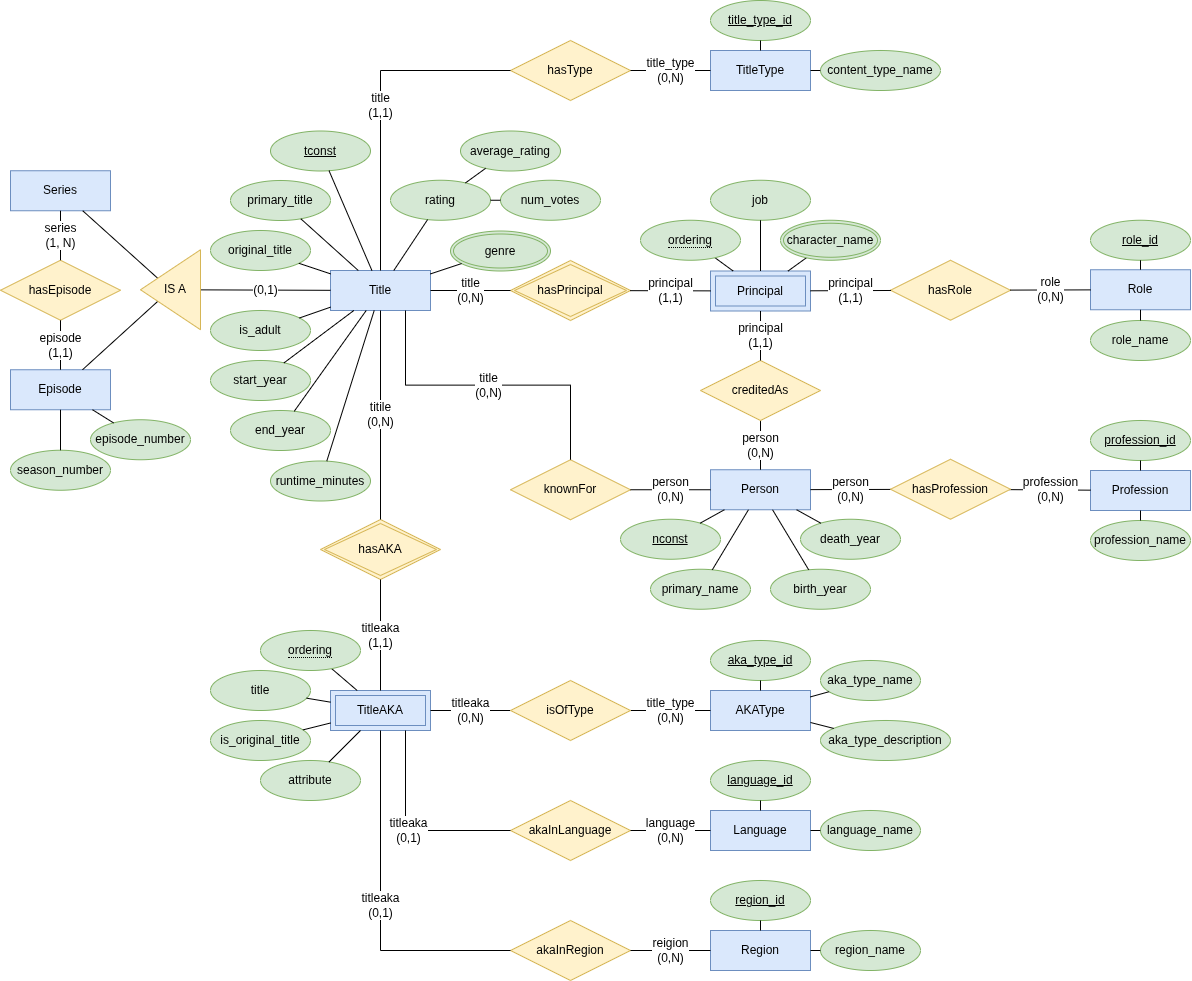
Above: docs/figs/ERD.png in duvuvu/info9014-krr-project (draw.io), before the change. Source tidied: cells renumbered, new cells last; positions are measured from the earlier drawing's top-left corner, leaving out a move shared by most shapes.
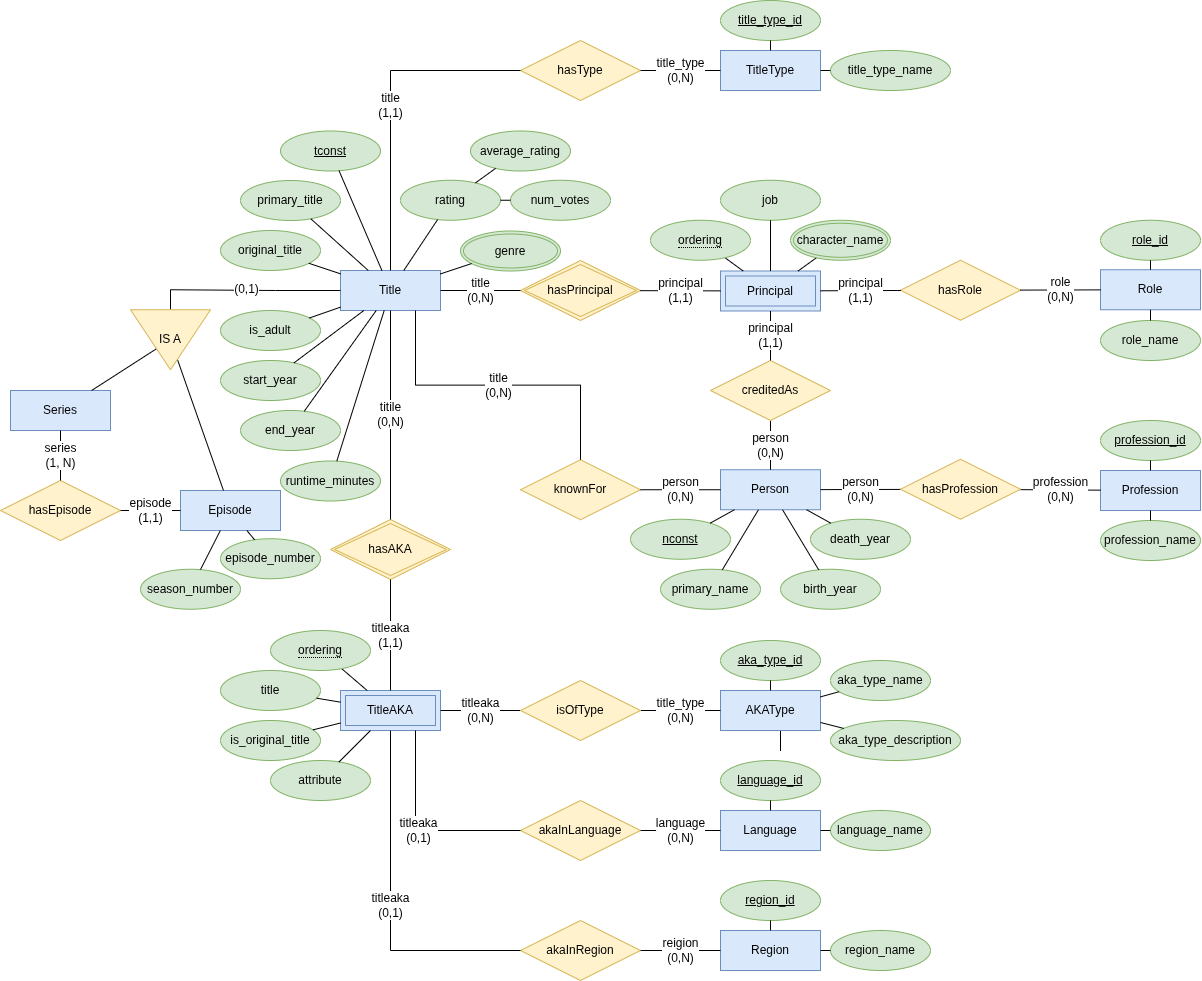
Later version of the same file.

Diff of the diagram source:
```diff
@@ -53,7 +53,7 @@
     <mxCell id="18" value="&lt;u&gt;title_type_id&lt;/u&gt;" style="ellipse;whiteSpace=wrap;html=1;align=center;fillColor=#d5e8d4;strokeColor=#82b366;rounded=0;" parent="1" vertex="1">
       <mxGeometry x="710" width="100" height="40" as="geometry" />
     </mxCell>
-    <mxCell id="19" value="content_type_name" style="ellipse;whiteSpace=wrap;html=1;align=center;fillColor=#d5e8d4;strokeColor=#82b366;rounded=0;" parent="1" vertex="1">
+    <mxCell id="19" value="title_type_name" style="ellipse;whiteSpace=wrap;html=1;align=center;fillColor=#d5e8d4;strokeColor=#82b366;rounded=0;" parent="1" vertex="1">
       <mxGeometry x="820" y="50" width="120" height="40" as="geometry" />
     </mxCell>
     <mxCell id="20" style="edgeStyle=none;curved=1;rounded=0;jettySize=auto;html=1;fontSize=12;startSize=8;endSize=8;startArrow=none;startFill=0;endArrow=none;" parent="1" edge="1" source="18" target="17">
@@ -72,25 +72,25 @@
       <mxGeometry relative="1" as="geometry" />
     </mxCell>
     <mxCell id="25" value="Series" style="whiteSpace=wrap;html=1;align=center;fillColor=#dae8fc;strokeColor=#6c8ebf;rounded=0;" parent="1" vertex="1">
-      <mxGeometry x="10" y="170.2" width="100" height="40" as="geometry" />
+      <mxGeometry y="390" width="100" height="40" as="geometry" />
     </mxCell>
-    <mxCell id="26" style="edgeStyle=none;curved=1;rounded=0;jettySize=auto;html=1;fontSize=12;startSize=8;endSize=8;startArrow=none;startFill=0;endArrow=none;" parent="1" edge="1" source="111" target="25">
+    <mxCell id="26" style="edgeStyle=none;curved=1;rounded=0;jettySize=auto;html=1;fontSize=12;startSize=8;endSize=8;startArrow=none;startFill=0;endArrow=none;" parent="1" edge="1" source="126" target="25">
       <mxGeometry relative="1" as="geometry" />
     </mxCell>
     <mxCell id="27" value="Episode" style="whiteSpace=wrap;html=1;align=center;fillColor=#dae8fc;strokeColor=#6c8ebf;rounded=0;" parent="1" vertex="1">
-      <mxGeometry x="10" y="369.2" width="100" height="40" as="geometry" />
+      <mxGeometry x="170" y="490" width="100" height="40" as="geometry" />
     </mxCell>
     <mxCell id="28" value="hasEpisode" style="shape=rhombus;perimeter=rhombusPerimeter;whiteSpace=wrap;html=1;align=center;fillColor=#fff2cc;strokeColor=#d6b656;rounded=0;" parent="1" vertex="1">
-      <mxGeometry y="259.8" width="120" height="60" as="geometry" />
+      <mxGeometry x="-10" y="480" width="120" height="60" as="geometry" />
     </mxCell>
-    <mxCell id="29" style="edgeStyle=none;curved=1;rounded=0;jettySize=auto;html=1;fontSize=12;startSize=8;endSize=8;startArrow=none;startFill=0;endArrow=none;" parent="1" edge="1" source="111" target="27">
+    <mxCell id="29" style="edgeStyle=none;curved=1;rounded=0;jettySize=auto;html=1;fontSize=12;startSize=8;endSize=8;startArrow=none;startFill=0;endArrow=none;" parent="1" edge="1" source="126" target="27">
       <mxGeometry relative="1" as="geometry" />
     </mxCell>
     <mxCell id="30" value="episode_number" style="ellipse;whiteSpace=wrap;html=1;align=center;fillColor=#d5e8d4;strokeColor=#82b366;rounded=0;" parent="1" vertex="1">
-      <mxGeometry x="90" y="419.2" width="100" height="40" as="geometry" />
+      <mxGeometry x="210" y="538.2" width="100" height="40" as="geometry" />
     </mxCell>
     <mxCell id="31" value="season_number" style="ellipse;whiteSpace=wrap;html=1;align=center;fillColor=#d5e8d4;strokeColor=#82b366;rounded=0;" parent="1" vertex="1">
-      <mxGeometry x="10" y="449.8" width="100" height="40" as="geometry" />
+      <mxGeometry x="130" y="568.8" width="100" height="40" as="geometry" />
     </mxCell>
     <mxCell id="32" value="episode&lt;div&gt;(1,1)&lt;/div&gt;" style="edgeStyle=none;curved=1;rounded=0;jettySize=auto;html=1;fontSize=12;startSize=8;endSize=8;startArrow=none;startFill=0;endArrow=none;" parent="1" edge="1" source="28" target="27">
       <mxGeometry relative="1" as="geometry" />
@@ -104,7 +104,7 @@
     <mxCell id="35" style="edgeStyle=none;curved=1;rounded=0;jettySize=auto;html=1;fontSize=12;startSize=8;endSize=8;startArrow=none;startFill=0;endArrow=none;" parent="1" edge="1" source="27" target="31">
       <mxGeometry relative="1" as="geometry" />
     </mxCell>
-    <mxCell id="36" value="(0,1)" style="edgeStyle=none;curved=1;rounded=0;jettySize=auto;html=1;fontSize=12;startSize=8;endSize=8;startArrow=none;startFill=0;endArrow=none;" parent="1" edge="1" source="2" target="111">
+    <mxCell id="36" value="(0,1)" style="edgeStyle=orthogonalEdgeStyle;rounded=0;jettySize=auto;html=1;fontSize=12;startSize=8;endSize=8;startArrow=none;startFill=0;endArrow=none;entryX=0;entryY=0.5;entryDx=0;entryDy=0;" parent="1" edge="1" source="2" target="126">
       <mxGeometry relative="1" as="geometry" />
     </mxCell>
     <mxCell id="37" value="Person" style="whiteSpace=wrap;html=1;align=center;fillColor=#dae8fc;strokeColor=#6c8ebf;rounded=0;" parent="1" vertex="1">
@@ -206,10 +206,10 @@
     <mxCell id="69" value="job" style="ellipse;whiteSpace=wrap;html=1;align=center;fillColor=#d5e8d4;strokeColor=#82b366;rounded=0;" parent="1" vertex="1">
       <mxGeometry x="710" y="179.8" width="100" height="40" as="geometry" />
     </mxCell>
-    <mxCell id="70" style="edgeStyle=none;curved=1;rounded=0;jettySize=auto;html=1;fontSize=12;startSize=8;endSize=8;startArrow=none;startFill=0;endArrow=none;" parent="1" edge="1" source="56" target="110">
+    <mxCell id="70" style="edgeStyle=none;curved=1;rounded=0;jettySize=auto;html=1;fontSize=12;startSize=8;endSize=8;startArrow=none;startFill=0;endArrow=none;" parent="1" edge="1" source="56" target="111">
       <mxGeometry relative="1" as="geometry" />
     </mxCell>
-    <mxCell id="71" style="edgeStyle=none;curved=1;rounded=0;jettySize=auto;html=1;fontSize=12;startSize=8;endSize=8;startArrow=none;startFill=0;endArrow=none;" parent="1" edge="1" source="109" target="56">
+    <mxCell id="71" style="edgeStyle=none;curved=1;rounded=0;jettySize=auto;html=1;fontSize=12;startSize=8;endSize=8;startArrow=none;startFill=0;endArrow=none;" parent="1" edge="1" source="110" target="56">
       <mxGeometry relative="1" as="geometry" />
     </mxCell>
     <mxCell id="72" style="edgeStyle=none;curved=1;rounded=0;jettySize=auto;html=1;fontSize=12;startSize=8;endSize=8;startArrow=none;startFill=0;endArrow=none;" parent="1" edge="1" source="56" target="69">
@@ -221,7 +221,7 @@
     <mxCell id="74" value="TitleAKA" style="shape=ext;margin=3;double=1;whiteSpace=wrap;html=1;align=center;fillColor=#dae8fc;strokeColor=#6c8ebf;rounded=0;" parent="1" vertex="1">
       <mxGeometry x="330" y="690" width="100" height="40" as="geometry" />
     </mxCell>
-    <mxCell id="75" style="edgeStyle=none;curved=1;rounded=0;jettySize=auto;html=1;fontSize=12;startSize=8;endSize=8;startArrow=none;startFill=0;endArrow=none;" parent="1" edge="1" source="74" target="104">
+    <mxCell id="75" style="edgeStyle=none;curved=1;rounded=0;jettySize=auto;html=1;fontSize=12;startSize=8;endSize=8;startArrow=none;startFill=0;endArrow=none;" parent="1" edge="1" source="74" target="105">
       <mxGeometry relative="1" as="geometry" />
     </mxCell>
     <mxCell id="76" style="edgeStyle=none;curved=1;rounded=0;jettySize=auto;html=1;fontSize=12;startSize=8;endSize=8;startArrow=none;startFill=0;endArrow=none;" parent="1" edge="1" source="74" target="73">
@@ -287,50 +287,53 @@
     <mxCell id="96" value="reigion&lt;div&gt;(0,N)&lt;/div&gt;" style="edgeStyle=none;curved=1;rounded=0;jettySize=auto;html=1;fontSize=12;startSize=8;endSize=8;startArrow=none;startFill=0;endArrow=none;" parent="1" edge="1" source="89" target="94">
       <mxGeometry relative="1" as="geometry" />
     </mxCell>
-    <mxCell id="97" value="titleaka&lt;div&gt;(0,N)&lt;/div&gt;" style="edgeStyle=none;curved=1;rounded=0;jettySize=auto;html=1;fontSize=12;startSize=8;endSize=8;startArrow=none;startFill=0;endArrow=none;" parent="1" edge="1" source="121" target="74">
-      <mxGeometry relative="1" as="geometry" />
+    <mxCell id="97" style="edgeStyle=none;curved=1;rounded=0;orthogonalLoop=1;jettySize=auto;html=1;fontSize=12;startSize=8;endSize=8;startArrow=none;startFill=0;endArrow=none;" parent="1" edge="1">
+      <mxGeometry relative="1" as="geometry">
+        <mxPoint x="770" y="750.5" as="sourcePoint" />
+        <mxPoint x="770" y="730.5" as="targetPoint" />
+      </mxGeometry>
     </mxCell>
-    <mxCell id="98" value="AKAType" style="whiteSpace=wrap;html=1;align=center;fillColor=#dae8fc;strokeColor=#6c8ebf;rounded=0;" parent="1" vertex="1">
-      <mxGeometry x="710" y="690" width="100" height="40" as="geometry" />
+    <mxCell id="98" value="titleaka&lt;div&gt;(0,N)&lt;/div&gt;" style="edgeStyle=none;curved=1;rounded=0;jettySize=auto;html=1;fontSize=12;startSize=8;endSize=8;startArrow=none;startFill=0;endArrow=none;" parent="1" edge="1" source="121" target="74">
+      <mxGeometry relative="1" as="geometry" />
     </mxCell>
-    <mxCell id="99" value="&lt;u&gt;aka_type_id&lt;/u&gt;" style="ellipse;whiteSpace=wrap;html=1;align=center;fillColor=#d5e8d4;strokeColor=#82b366;rounded=0;" parent="1" vertex="1">
-      <mxGeometry x="710" y="640" width="100" height="40" as="geometry" />
+    <mxCell id="99" value="AKAType" style="whiteSpace=wrap;html=1;align=center;fillColor=#dae8fc;strokeColor=#6c8ebf;rounded=0;" parent="1" vertex="1">
+      <mxGeometry x="710" y="690" width="100" height="40" as="geometry" />
     </mxCell>
-    <mxCell id="100" value="aka_type_name" style="ellipse;whiteSpace=wrap;html=1;align=center;fillColor=#d5e8d4;strokeColor=#82b366;rounded=0;" parent="1" vertex="1">
-      <mxGeometry x="820" y="660" width="100" height="40" as="geometry" />
+    <mxCell id="100" value="&lt;u&gt;aka_type_id&lt;/u&gt;" style="ellipse;whiteSpace=wrap;html=1;align=center;fillColor=#d5e8d4;strokeColor=#82b366;rounded=0;" parent="1" vertex="1">
+      <mxGeometry x="710" y="640" width="100" height="40" as="geometry" />
     </mxCell>
-    <mxCell id="101" style="edgeStyle=none;curved=1;rounded=0;jettySize=auto;html=1;fontSize=12;startSize=8;endSize=8;startArrow=none;startFill=0;endArrow=none;" parent="1" edge="1" source="99" target="98">
-      <mxGeometry relative="1" as="geometry" />
+    <mxCell id="101" value="aka_type_name" style="ellipse;whiteSpace=wrap;html=1;align=center;fillColor=#d5e8d4;strokeColor=#82b366;rounded=0;" parent="1" vertex="1">
+      <mxGeometry x="820" y="660" width="100" height="40" as="geometry" />
     </mxCell>
-    <mxCell id="102" style="edgeStyle=none;curved=1;rounded=0;jettySize=auto;html=1;fontSize=12;startSize=8;endSize=8;startArrow=none;startFill=0;endArrow=none;" parent="1" edge="1" source="100" target="98">
+    <mxCell id="102" style="edgeStyle=none;curved=1;rounded=0;jettySize=auto;html=1;fontSize=12;startSize=8;endSize=8;startArrow=none;startFill=0;endArrow=none;" parent="1" edge="1" source="100" target="99">
       <mxGeometry relative="1" as="geometry" />
     </mxCell>
-    <mxCell id="103" value="title_type&lt;div&gt;(0,N)&lt;/div&gt;" style="edgeStyle=none;curved=1;rounded=0;jettySize=auto;html=1;fontSize=12;startSize=8;endSize=8;startArrow=none;startFill=0;endArrow=none;" parent="1" edge="1" source="98" target="121">
+    <mxCell id="103" style="edgeStyle=none;curved=1;rounded=0;jettySize=auto;html=1;fontSize=12;startSize=8;endSize=8;startArrow=none;startFill=0;endArrow=none;" parent="1" edge="1" source="101" target="99">
       <mxGeometry relative="1" as="geometry" />
     </mxCell>
-    <mxCell id="104" value="&lt;span style=&quot;border-bottom: 1px dotted;&quot;&gt;ordering&lt;/span&gt;" style="ellipse;whiteSpace=wrap;html=1;align=center;fillColor=#d5e8d4;strokeColor=#82b366;rounded=0;" parent="1" vertex="1">
-      <mxGeometry x="260" y="630" width="100" height="40" as="geometry" />
+    <mxCell id="104" value="title_type&lt;div&gt;(0,N)&lt;/div&gt;" style="edgeStyle=none;curved=1;rounded=0;jettySize=auto;html=1;fontSize=12;startSize=8;endSize=8;startArrow=none;startFill=0;endArrow=none;" parent="1" edge="1" source="99" target="121">
+      <mxGeometry relative="1" as="geometry" />
     </mxCell>
-    <mxCell id="105" value="hasAKA" style="shape=rhombus;double=1;perimeter=rhombusPerimeter;whiteSpace=wrap;html=1;align=center;fillColor=#fff2cc;strokeColor=#d6b656;rounded=0;" parent="1" vertex="1">
-      <mxGeometry x="320" y="519" width="120" height="60" as="geometry" />
+    <mxCell id="105" value="&lt;span style=&quot;border-bottom: 1px dotted;&quot;&gt;ordering&lt;/span&gt;" style="ellipse;whiteSpace=wrap;html=1;align=center;fillColor=#d5e8d4;strokeColor=#82b366;rounded=0;" parent="1" vertex="1">
+      <mxGeometry x="260" y="630" width="100" height="40" as="geometry" />
     </mxCell>
-    <mxCell id="106" value="titile&lt;div&gt;(0,N)&lt;/div&gt;" style="edgeStyle=none;curved=1;rounded=0;jettySize=auto;html=1;fontSize=12;startSize=8;endSize=8;startArrow=none;startFill=0;endArrow=none;" parent="1" edge="1" source="105" target="2">
-      <mxGeometry relative="1" as="geometry" />
+    <mxCell id="106" value="hasAKA" style="shape=rhombus;double=1;perimeter=rhombusPerimeter;whiteSpace=wrap;html=1;align=center;fillColor=#fff2cc;strokeColor=#d6b656;rounded=0;" parent="1" vertex="1">
+      <mxGeometry x="320" y="519" width="120" height="60" as="geometry" />
     </mxCell>
-    <mxCell id="107" value="titleaka&lt;div&gt;(1,1)&lt;/div&gt;" style="edgeStyle=none;curved=1;rounded=0;jettySize=auto;html=1;fontSize=12;startSize=8;endSize=8;startArrow=none;startFill=0;endArrow=none;" parent="1" edge="1" source="74" target="105">
+    <mxCell id="107" value="titile&lt;div&gt;(0,N)&lt;/div&gt;" style="edgeStyle=none;curved=1;rounded=0;jettySize=auto;html=1;fontSize=12;startSize=8;endSize=8;startArrow=none;startFill=0;endArrow=none;" parent="1" edge="1" source="106" target="2">
       <mxGeometry relative="1" as="geometry" />
     </mxCell>
-    <mxCell id="108" style="edgeStyle=orthogonalEdgeStyle;rounded=0;orthogonalLoop=1;jettySize=auto;html=1;exitX=0.5;exitY=1;exitDx=0;exitDy=0;" parent="1" edge="1" source="77" target="77">
+    <mxCell id="108" value="titleaka&lt;div&gt;(1,1)&lt;/div&gt;" style="edgeStyle=none;curved=1;rounded=0;jettySize=auto;html=1;fontSize=12;startSize=8;endSize=8;startArrow=none;startFill=0;endArrow=none;" parent="1" edge="1" source="74" target="106">
       <mxGeometry relative="1" as="geometry" />
     </mxCell>
-    <mxCell id="109" value="character_name" style="ellipse;shape=doubleEllipse;margin=3;whiteSpace=wrap;html=1;align=center;fillColor=#d5e8d4;strokeColor=#82b366;" parent="1" vertex="1">
-      <mxGeometry x="780" y="219.8" width="100" height="40" as="geometry" />
+    <mxCell id="109" style="edgeStyle=orthogonalEdgeStyle;rounded=0;orthogonalLoop=1;jettySize=auto;html=1;exitX=0.5;exitY=1;exitDx=0;exitDy=0;" parent="1" edge="1" source="77" target="77">
+      <mxGeometry relative="1" as="geometry" />
     </mxCell>
-    <mxCell id="110" value="&lt;span style=&quot;border-bottom: 1px dotted;&quot;&gt;ordering&lt;/span&gt;" style="ellipse;whiteSpace=wrap;html=1;align=center;fillColor=#d5e8d4;strokeColor=#82b366;rounded=0;" parent="1" vertex="1">
-      <mxGeometry x="640" y="219.8" width="100" height="40" as="geometry" />
+    <mxCell id="110" value="character_name" style="ellipse;shape=doubleEllipse;margin=3;whiteSpace=wrap;html=1;align=center;fillColor=#d5e8d4;strokeColor=#82b366;" parent="1" vertex="1">
+      <mxGeometry x="780" y="219.8" width="100" height="40" as="geometry" />
     </mxCell>
-    <mxCell id="111" value="&amp;nbsp; &amp;nbsp;IS A" style="triangle;whiteSpace=wrap;html=1;fillColor=#fff2cc;strokeColor=#d6b656;align=center;flipH=1;legacyAnchorPoints=0;" parent="1" vertex="1">
-      <mxGeometry x="140" y="249.2" width="60" height="80" as="geometry" />
+    <mxCell id="111" value="&lt;span style=&quot;border-bottom: 1px dotted;&quot;&gt;ordering&lt;/span&gt;" style="ellipse;whiteSpace=wrap;html=1;align=center;fillColor=#d5e8d4;strokeColor=#82b366;rounded=0;" parent="1" vertex="1">
+      <mxGeometry x="640" y="219.8" width="100" height="40" as="geometry" />
     </mxCell>
     <mxCell id="112" value="genre" style="ellipse;shape=doubleEllipse;margin=3;whiteSpace=wrap;html=1;align=center;fillColor=#d5e8d4;strokeColor=#82b366;rounded=0;" parent="1" vertex="1">
       <mxGeometry x="450" y="230.5" width="100" height="40" as="geometry" />
@@ -371,8 +374,11 @@
     <mxCell id="124" value="aka_type_description" style="ellipse;whiteSpace=wrap;html=1;align=center;fillColor=#d5e8d4;strokeColor=#82b366;rounded=0;" parent="1" vertex="1">
       <mxGeometry x="820" y="720" width="130" height="40" as="geometry" />
     </mxCell>
-    <mxCell id="125" style="edgeStyle=none;curved=1;rounded=0;jettySize=auto;html=1;fontSize=12;startSize=8;endSize=8;startArrow=none;startFill=0;endArrow=none;" parent="1" edge="1" source="124" target="98">
+    <mxCell id="125" style="edgeStyle=none;curved=1;rounded=0;jettySize=auto;html=1;fontSize=12;startSize=8;endSize=8;startArrow=none;startFill=0;endArrow=none;" parent="1" edge="1" source="124" target="99">
       <mxGeometry relative="1" as="geometry" />
     </mxCell>
+    <mxCell id="126" value="IS A" style="triangle;whiteSpace=wrap;html=1;direction=south;fillColor=#fff2cc;strokeColor=#d6b656;rounded=0;" parent="1" vertex="1">
+      <mxGeometry x="120" y="309.2" width="80" height="60" as="geometry" />
+    </mxCell>
   </root>
 </mxGraphModel>
```
